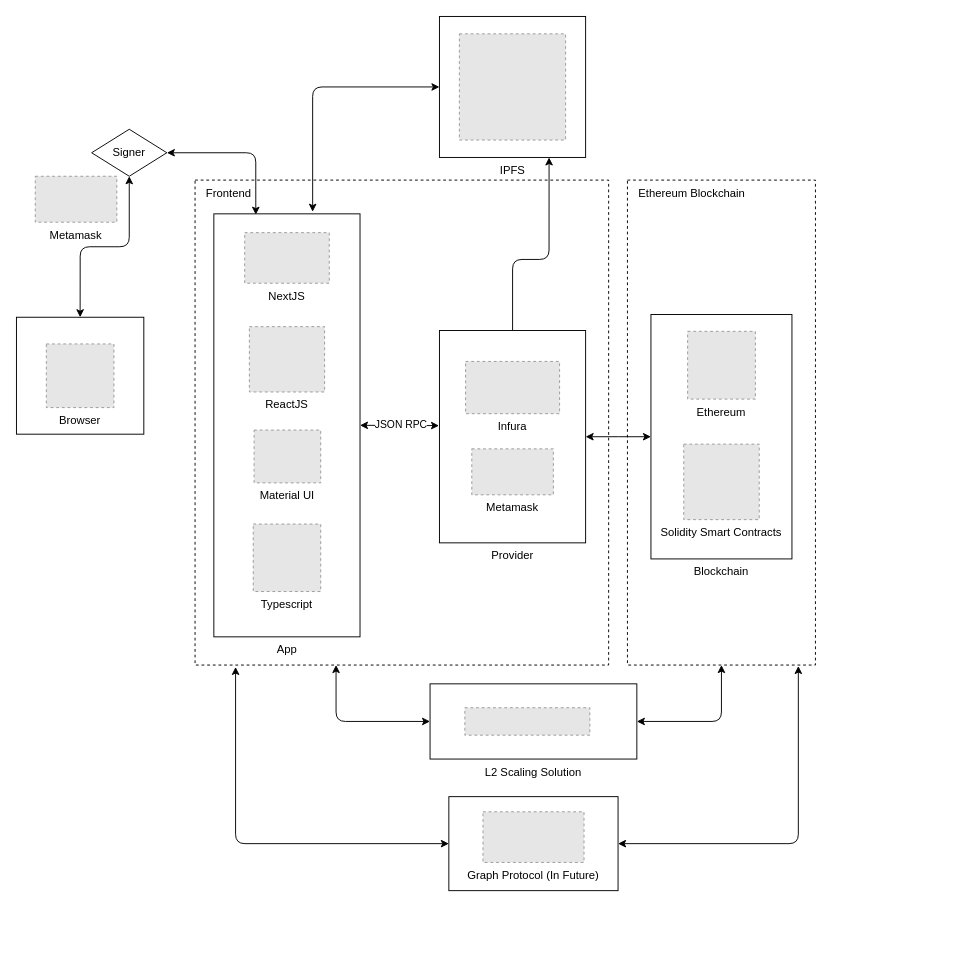
Earlier version of the draw.io diagram Untitled Diagram.drawio (manavendrasen/walie-nft-warranty). Source tidied: cells renumbered, new cells numbered last; positions are measured from the earlier drawing's top-left corner, leaving out a move shared by most shapes. Both pictures are drawn from the tidied source at 94%, with x=0, y=0 at pixel (16, 16). Pictures stored in the file or linked from it are replaced by grey dashed boxes.
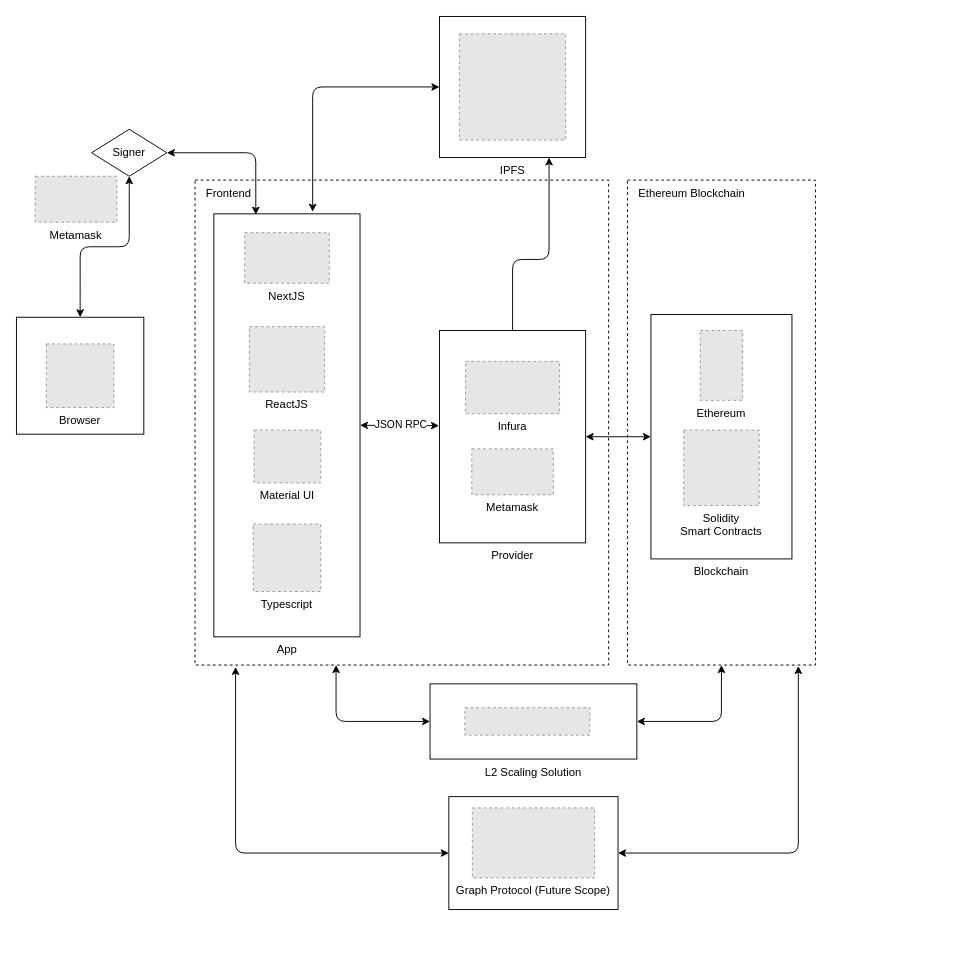
The same diagram, later.

Commit message:
Architecture Diagram Complete

Change to the diagram source:
```diff
@@
     <mxCell id="16" style="group;" parent="1" vertex="1">
-      <mxGeometry x="440" y="710" width="220" height="80" as="geometry" />
+      <mxGeometry x="440" y="710" width="520" height="288" as="geometry" />
     </mxCell>
@@
-    <mxCell id="20" style="group;" parent="1" vertex="1">
-      <mxGeometry x="715" y="297.1" width="270" height="350" as="geometry" />
-    </mxCell>
-    <mxCell id="21" value="Blockchain" style="rounded=0;whiteSpace=wrap;html=1;labelPosition=center;verticalLabelPosition=bottom;align=center;verticalAlign=top;" parent="20" vertex="1">
-      <mxGeometry x="-40" y="20" width="150" height="260" as="geometry" />
-    </mxCell>
-    <mxCell id="22" value="Ethereum" style="fillColor=#E6E6E6;strokeColor=#999999;dashed=1;verticalLabelPosition=bottom;labelBackgroundColor=default;verticalAlign=top;" parent="20" vertex="1">
-      <mxGeometry x="-1" y="37.9" width="72.1" height="72.1" as="geometry" />
-    </mxCell>
-    <mxCell id="23" value="Solidity Smart Contracts" style="fillColor=#E6E6E6;strokeColor=#999999;dashed=1;verticalLabelPosition=bottom;labelBackgroundColor=default;verticalAlign=top;" parent="20" vertex="1">
-      <mxGeometry x="-5.1" y="157.9" width="80.3" height="80.3" as="geometry" />
-    </mxCell>
@@
     <mxCell id="40" style="group;labelPosition=center;verticalLabelPosition=bottom;align=center;verticalAlign=top;" parent="1" vertex="1">
-      <mxGeometry x="460" y="830" width="180" height="100" as="geometry" />
+      <mxGeometry x="460" y="830" width="180" height="120" as="geometry" />
     </mxCell>
     <mxCell id="41" style="rounded=0;whiteSpace=wrap;html=1;" parent="40" vertex="1">
-      <mxGeometry width="180" height="100" as="geometry" />
+      <mxGeometry width="180" height="120" as="geometry" />
     </mxCell>
-    <mxCell id="42" value="Graph Protocol (In Future)" style="fillColor=#E6E6E6;strokeColor=#999999;dashed=1;verticalLabelPosition=bottom;labelBackgroundColor=default;verticalAlign=top;" parent="40" vertex="1">
-      <mxGeometry x="36.3" y="16.1" width="107.5" height="53.9" as="geometry" />
-    </mxCell>
+    <mxCell id="44" value="Graph Protocol (Future Scope)" style="fillColor=#E6E6E6;strokeColor=#999999;dashed=1;verticalLabelPosition=bottom;labelBackgroundColor=default;verticalAlign=top;" parent="40" vertex="1">
+      <mxGeometry x="25" y="12" width="130" height="74.5" as="geometry" />
+    </mxCell>
@@
+    <mxCell id="21" value="Blockchain" style="rounded=0;whiteSpace=wrap;html=1;labelPosition=center;verticalLabelPosition=bottom;align=center;verticalAlign=top;" parent="1" vertex="1">
+      <mxGeometry x="675" y="317.1" width="150" height="260" as="geometry" />
+    </mxCell>
+    <mxCell id="23" value="Solidity&#10;Smart Contracts" style="fillColor=#E6E6E6;strokeColor=#999999;dashed=1;verticalLabelPosition=bottom;labelBackgroundColor=default;verticalAlign=top;" parent="1" vertex="1">
+      <mxGeometry x="709.9" y="440" width="80.3" height="80.3" as="geometry" />
+    </mxCell>
+    <mxCell id="22" value="Ethereum" style="fillColor=#E6E6E6;strokeColor=#999999;dashed=1;verticalLabelPosition=bottom;labelBackgroundColor=default;verticalAlign=top;" parent="1" vertex="1">
+      <mxGeometry x="727.5" y="334.1" width="45" height="74.3" as="geometry" />
+    </mxCell>
```
